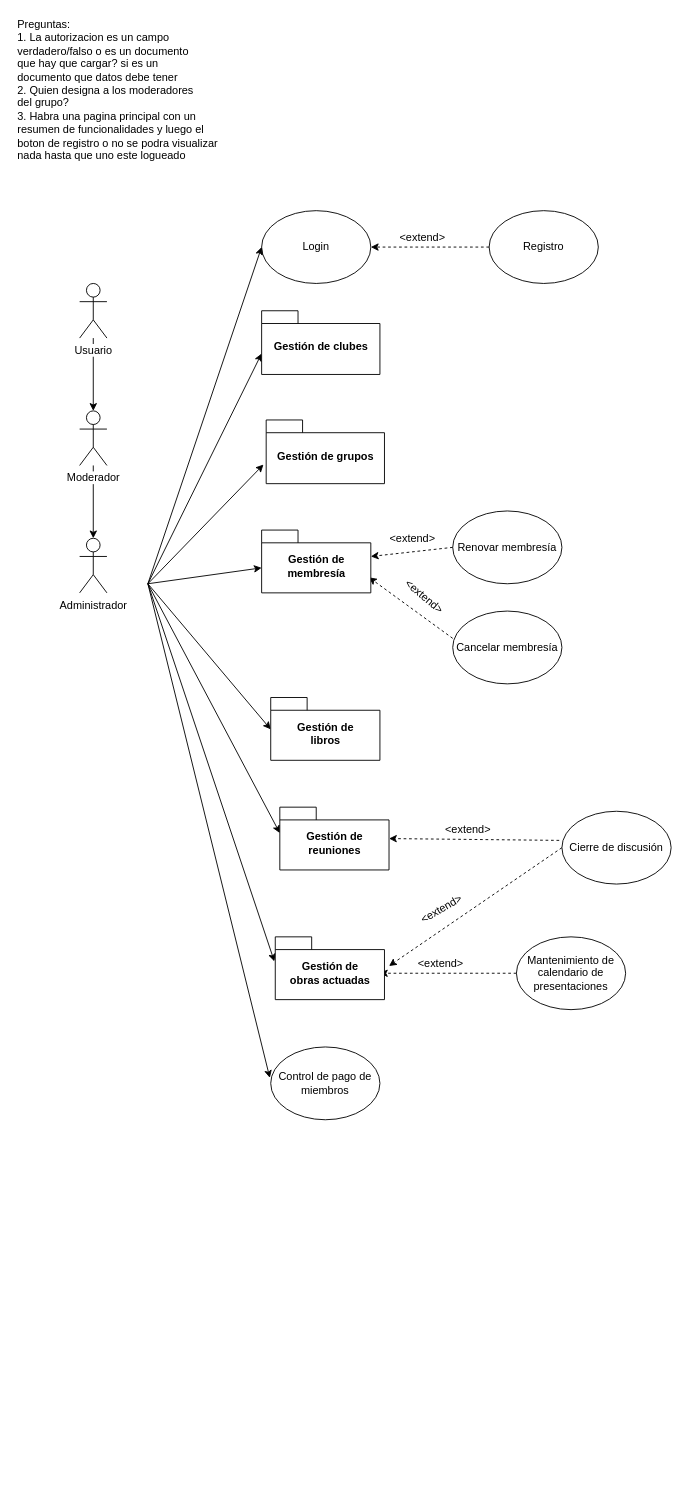
Earlier version of the draw.io diagram DB I/RC UC.drawio (NeutronBlast/IS-Ex). Source tidied: cells renumbered, new cells numbered last; positions are measured from the earlier drawing's top-left corner, leaving out a move shared by most shapes. Both pictures are drawn from the tidied source at 91%, with x=0, y=0 at pixel (15, 15).
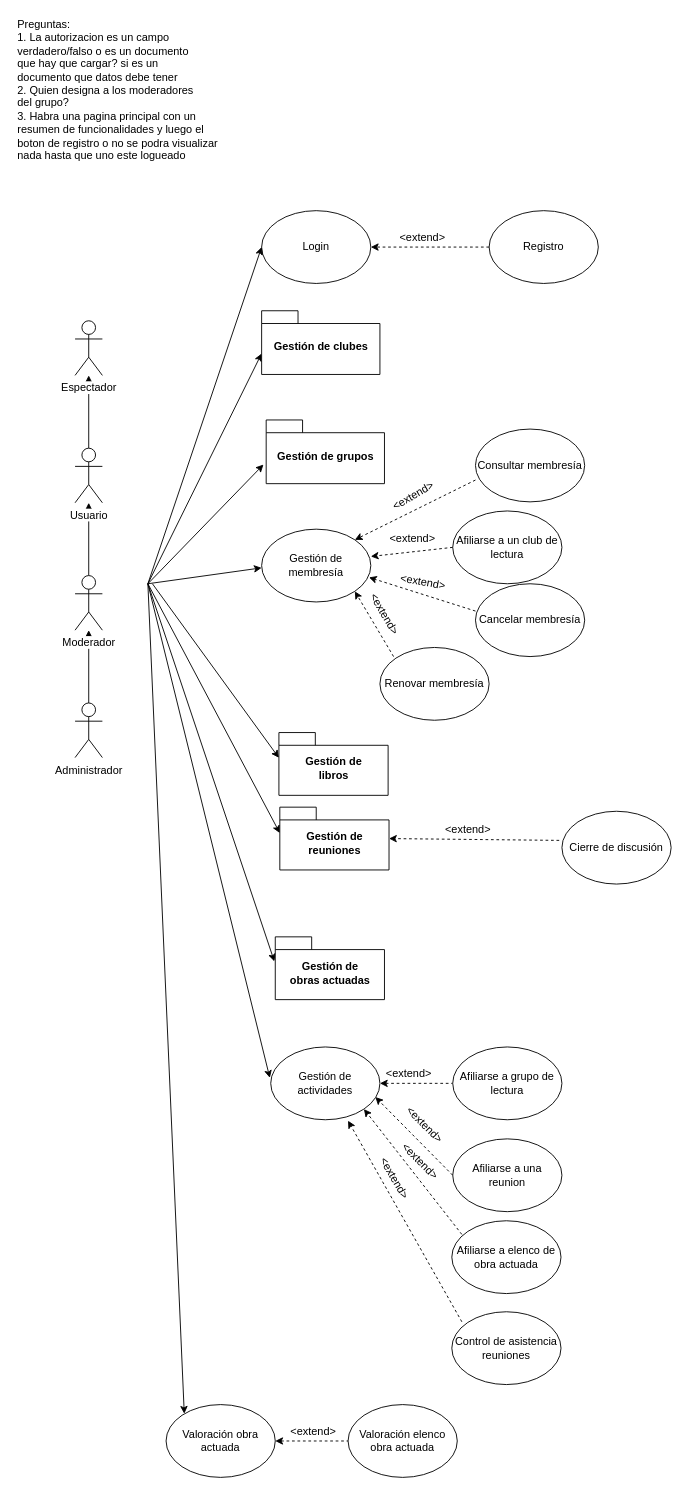
After the change.

The change refers to these unchanged cells:
```xml
<mxCell id="10" value="Cierre de discusión" style="ellipse;whiteSpace=wrap;html=1;" parent="1" vertex="1">
  <mxGeometry x="600" y="874" width="120" height="80" as="geometry" />
</mxCell>
```

What changed in the source:
```diff
@@
-    <mxCell id="2" style="edgeStyle=orthogonalEdgeStyle;rounded=0;jettySize=auto;html=1;" parent="1" edge="1" source="3" target="5">
+    <mxCell id="2" style="edgeStyle=orthogonalEdgeStyle;rounded=0;jettySize=auto;html=1;endArrow=none;endFill=0;startArrow=classic;startFill=1;" parent="1" edge="1" source="3" target="5">
       <mxGeometry relative="1" as="geometry" />
     </mxCell>
+    <mxCell id="41" style="edgeStyle=orthogonalEdgeStyle;rounded=0;jettySize=auto;html=1;" parent="1" edge="1" source="3" target="42">
+      <mxGeometry relative="1" as="geometry" />
+    </mxCell>
     <mxCell id="3" value="Usuario" style="shape=umlActor;verticalLabelPosition=bottom;labelBackgroundColor=#ffffff;verticalAlign=top;html=1;outlineConnect=0;" parent="1" vertex="1">
-      <mxGeometry x="70" y="294" width="30" height="60" as="geometry" />
+      <mxGeometry x="65" y="475" width="30" height="60" as="geometry" />
     </mxCell>
+    <mxCell id="42" value="Espectador" style="shape=umlActor;verticalLabelPosition=bottom;labelBackgroundColor=#ffffff;verticalAlign=top;html=1;outlineConnect=0;" parent="1" vertex="1">
+      <mxGeometry x="65" y="335" width="30" height="60" as="geometry" />
+    </mxCell>
-    <mxCell id="4" style="edgeStyle=orthogonalEdgeStyle;rounded=0;jettySize=auto;html=1;" parent="1" edge="1" source="5" target="6">
+    <mxCell id="4" style="edgeStyle=orthogonalEdgeStyle;rounded=0;jettySize=auto;html=1;endArrow=none;endFill=0;startArrow=classic;startFill=1;" parent="1" edge="1" source="5" target="6">
       <mxGeometry relative="1" as="geometry" />
     </mxCell>
     <mxCell id="5" value="Moderador" style="shape=umlActor;verticalLabelPosition=bottom;labelBackgroundColor=#ffffff;verticalAlign=top;html=1;outlineConnect=0;" parent="1" vertex="1">
-      <mxGeometry x="70" y="434" width="30" height="60" as="geometry" />
+      <mxGeometry x="65" y="615" width="30" height="60" as="geometry" />
     </mxCell>
     <mxCell id="6" value="Administrador" style="shape=umlActor;verticalLabelPosition=bottom;labelBackgroundColor=#ffffff;verticalAlign=top;html=1;outlineConnect=0;" parent="1" vertex="1">
-      <mxGeometry x="70" y="574" width="30" height="60" as="geometry" />
+      <mxGeometry x="65" y="755" width="30" height="60" as="geometry" />
     </mxCell>
@@
-    <mxCell id="8" value="Renovar membresía" style="ellipse;whiteSpace=wrap;html=1;" parent="1" vertex="1">
+    <mxCell id="8" value="Afiliarse a un club de lectura" style="ellipse;whiteSpace=wrap;html=1;" parent="1" vertex="1">
       <mxGeometry x="480" y="544" width="120" height="80" as="geometry" />
     </mxCell>
     <mxCell id="9" value="Cancelar membresía" style="ellipse;whiteSpace=wrap;html=1;" parent="1" vertex="1">
-      <mxGeometry x="480" y="654" width="120" height="80" as="geometry" />
+      <mxGeometry x="505" y="624" width="120" height="80" as="geometry" />
     </mxCell>
@@
+    <mxCell id="43" style="edgeStyle=orthogonalEdgeStyle;rounded=0;jettySize=auto;html=1;startArrow=classic;startFill=1;endArrow=none;endFill=0;dashed=1;" parent="1" edge="1" source="11" target="44">
+      <mxGeometry relative="1" as="geometry" />
+    </mxCell>
-    <mxCell id="11" value="Control de pago de miembros" style="ellipse;whiteSpace=wrap;html=1;" parent="1" vertex="1">
+    <mxCell id="11" value="Gestión de actividades" style="ellipse;whiteSpace=wrap;html=1;" parent="1" vertex="1">
       <mxGeometry x="280" y="1133" width="120" height="80" as="geometry" />
     </mxCell>
-    <mxCell id="12" value="Mantenimiento de calendario de presentaciones" style="ellipse;whiteSpace=wrap;html=1;" parent="1" vertex="1">
-      <mxGeometry x="550" y="1012" width="120" height="80" as="geometry" />
-    </mxCell>
+    <mxCell id="44" value="Afiliarse a grupo de lectura" style="ellipse;whiteSpace=wrap;html=1;" parent="1" vertex="1">
+      <mxGeometry x="480" y="1133" width="120" height="80" as="geometry" />
+    </mxCell>
@@
-    <mxCell id="17" style="endArrow=classic;html=1;entryX=0;entryY=0.5;entryDx=0;entryDy=0;" parent="1" edge="1">
+    <mxCell id="17" style="endArrow=classic;html=1;entryX=0;entryY=0;entryDx=0;entryDy=27.75;entryPerimeter=0;" parent="1" edge="1" target="35">
       <mxGeometry relative="1" as="geometry">
-        <mxPoint x="145" y="624" as="sourcePoint" />
-        <mxPoint x="280" y="784" as="targetPoint" />
+        <mxPoint x="150" y="624" as="sourcePoint" />
       </mxGeometry>
     </mxCell>
@@
-    <mxCell id="25" style="endArrow=classic;html=1;exitX=0;exitY=0.5;exitDx=0;exitDy=0;dashed=1;entryX=1;entryY=0.5;entryDx=0;entryDy=0;" parent="1" edge="1" source="12">
-      <mxGeometry relative="1" as="geometry">
-        <mxPoint x="400" y="1052" as="targetPoint" />
-      </mxGeometry>
-    </mxCell>
@@
-    <mxCell id="28" value="&amp;lt;extend&amp;gt;" style="text;html=1;align=left;verticalAlign=top;spacingTop=-4;rotation=40;" parent="1" vertex="1">
-      <mxGeometry x="420" y="634" width="70" height="20" as="geometry" />
+    <mxCell id="28" value="&amp;lt;extend&amp;gt;" style="text;html=1;align=left;verticalAlign=top;spacingTop=-4;rotation=10;" parent="1" vertex="1">
+      <mxGeometry x="420" y="614" width="70" height="20" as="geometry" />
     </mxCell>
@@
-    <mxCell id="30" value="&amp;lt;extend&amp;gt;" style="text;html=1;align=left;verticalAlign=top;spacingTop=-4;" parent="1" vertex="1">
-      <mxGeometry x="440" y="1032" width="70" height="20" as="geometry" />
-    </mxCell>
@@
-    <mxCell id="34" value="Gestión de &lt;br&gt;membresía" style="shape=folder;fontStyle=1;spacingTop=10;tabWidth=40;tabHeight=14;tabPosition=left;html=1;" parent="1" vertex="1">
-      <mxGeometry x="270" y="565" width="120" height="69" as="geometry" />
-    </mxCell>
     <mxCell id="35" value="Gestión de &lt;br&gt;libros" style="shape=folder;fontStyle=1;spacingTop=10;tabWidth=40;tabHeight=14;tabPosition=left;html=1;" parent="1" vertex="1">
-      <mxGeometry x="280" y="749" width="120" height="69" as="geometry" />
+      <mxGeometry x="289" y="787.5" width="120" height="69" as="geometry" />
     </mxCell>
@@
-    <mxCell id="38" style="endArrow=classic;html=1;exitX=0;exitY=0.5;exitDx=0;exitDy=0;dashed=1;" parent="1" edge="1" source="10">
-      <mxGeometry relative="1" as="geometry">
-        <mxPoint x="410" y="1044" as="targetPoint" />
-      </mxGeometry>
-    </mxCell>
+    <mxCell id="40" style="endArrow=classic;html=1;entryX=0;entryY=0;entryDx=0;entryDy=41.5;entryPerimeter=0;" parent="1" edge="1">
+      <mxGeometry relative="1" as="geometry">
+        <mxPoint x="145" y="624" as="sourcePoint" />
+        <mxPoint x="270" y="606.5" as="targetPoint" />
+      </mxGeometry>
+    </mxCell>
+    <mxCell id="34" value="Gestión de membresía" style="ellipse;whiteSpace=wrap;html=1;" parent="1" vertex="1">
+      <mxGeometry x="270" y="564" width="120" height="80" as="geometry" />
+    </mxCell>
+    <mxCell id="45" style="endArrow=classic;html=1;entryX=1;entryY=1;entryDx=0;entryDy=0;dashed=1;" parent="1" edge="1" target="34">
+      <mxGeometry relative="1" as="geometry">
+        <mxPoint x="415" y="704" as="sourcePoint" />
+      </mxGeometry>
+    </mxCell>
+    <mxCell id="46" value="Renovar membresía" style="ellipse;whiteSpace=wrap;html=1;" parent="1" vertex="1">
+      <mxGeometry x="400" y="694" width="120" height="80" as="geometry" />
+    </mxCell>
+    <mxCell id="47" value="Consultar membresía" style="ellipse;whiteSpace=wrap;html=1;" parent="1" vertex="1">
+      <mxGeometry x="505" y="454" width="120" height="80" as="geometry" />
+    </mxCell>
+    <mxCell id="48" style="endArrow=classic;html=1;exitX=0;exitY=0.7;exitDx=0;exitDy=0;entryX=1;entryY=0;entryDx=0;entryDy=0;dashed=1;exitPerimeter=0;" parent="1" edge="1" source="47" target="34">
+      <mxGeometry relative="1" as="geometry" />
+    </mxCell>
     <mxCell id="39" value="&amp;lt;extend&amp;gt;" style="text;html=1;align=left;verticalAlign=top;spacingTop=-4;rotation=-30;" parent="1" vertex="1">
-      <mxGeometry x="440" y="968" width="70" height="20" as="geometry" />
+      <mxGeometry x="409" y="514" width="70" height="20" as="geometry" />
     </mxCell>
-    <mxCell id="40" style="endArrow=classic;html=1;entryX=0;entryY=0;entryDx=0;entryDy=41.5;entryPerimeter=0;" parent="1" edge="1" target="34">
-      <mxGeometry relative="1" as="geometry">
-        <mxPoint x="145" y="624" as="sourcePoint" />
-      </mxGeometry>
-    </mxCell>
+    <mxCell id="49" value="&amp;lt;extend&amp;gt;" style="text;html=1;align=left;verticalAlign=top;spacingTop=-4;rotation=60;" parent="1" vertex="1">
+      <mxGeometry x="374" y="654" width="70" height="20" as="geometry" />
+    </mxCell>
+    <mxCell id="50" value="Afiliarse a una reunion" style="ellipse;whiteSpace=wrap;html=1;" parent="1" vertex="1">
+      <mxGeometry x="480" y="1234" width="120" height="80" as="geometry" />
+    </mxCell>
+    <mxCell id="51" value="Afiliarse a elenco de obra actuada" style="ellipse;whiteSpace=wrap;html=1;" parent="1" vertex="1">
+      <mxGeometry x="479" y="1324" width="120" height="80" as="geometry" />
+    </mxCell>
+    <mxCell id="52" value="Control de asistencia reuniones" style="ellipse;whiteSpace=wrap;html=1;" parent="1" vertex="1">
+      <mxGeometry x="479" y="1424" width="120" height="80" as="geometry" />
+    </mxCell>
+    <mxCell id="53" style="endArrow=classic;html=1;exitX=0;exitY=0.5;exitDx=0;exitDy=0;dashed=1;entryX=0.958;entryY=0.688;entryDx=0;entryDy=0;entryPerimeter=0;" parent="1" edge="1" source="50" target="11">
+      <mxGeometry relative="1" as="geometry" />
+    </mxCell>
+    <mxCell id="54" style="endArrow=classic;html=1;exitX=0.092;exitY=0.188;exitDx=0;exitDy=0;dashed=1;entryX=1;entryY=1;entryDx=0;entryDy=0;exitPerimeter=0;" parent="1" edge="1" source="51" target="11">
+      <mxGeometry relative="1" as="geometry" />
+    </mxCell>
+    <mxCell id="55" style="endArrow=classic;html=1;exitX=0.092;exitY=0.138;exitDx=0;exitDy=0;dashed=1;entryX=0.708;entryY=1.013;entryDx=0;entryDy=0;exitPerimeter=0;entryPerimeter=0;" parent="1" edge="1" source="52" target="11">
+      <mxGeometry relative="1" as="geometry" />
+    </mxCell>
+    <mxCell id="56" style="endArrow=classic;html=1;" parent="1" edge="1">
+      <mxGeometry relative="1" as="geometry">
+        <mxPoint x="145" y="624" as="sourcePoint" />
+        <mxPoint x="185" y="1536" as="targetPoint" />
+      </mxGeometry>
+    </mxCell>
+    <mxCell id="57" style="edgeStyle=orthogonalEdgeStyle;rounded=0;jettySize=auto;html=1;dashed=1;startArrow=classic;startFill=1;endArrow=none;endFill=0;" parent="1" edge="1" source="58" target="59">
+      <mxGeometry relative="1" as="geometry" />
+    </mxCell>
+    <mxCell id="58" value="Valoración obra actuada" style="ellipse;whiteSpace=wrap;html=1;" parent="1" vertex="1">
+      <mxGeometry x="165" y="1526" width="120" height="80" as="geometry" />
+    </mxCell>
+    <mxCell id="59" value="Valoración elenco obra actuada" style="ellipse;whiteSpace=wrap;html=1;" parent="1" vertex="1">
+      <mxGeometry x="365" y="1526" width="120" height="80" as="geometry" />
+    </mxCell>
+    <mxCell id="60" value="&amp;lt;extend&amp;gt;" style="text;html=1;align=left;verticalAlign=top;spacingTop=-4;" parent="1" vertex="1">
+      <mxGeometry x="405" y="1153" width="70" height="20" as="geometry" />
+    </mxCell>
+    <mxCell id="61" value="&amp;lt;extend&amp;gt;" style="text;html=1;align=left;verticalAlign=top;spacingTop=-4;rotation=45;" parent="1" vertex="1">
+      <mxGeometry x="420" y="1214" width="70" height="20" as="geometry" />
+    </mxCell>
+    <mxCell id="62" value="&amp;lt;extend&amp;gt;" style="text;html=1;align=left;verticalAlign=top;spacingTop=-4;rotation=45;" parent="1" vertex="1">
+      <mxGeometry x="415" y="1254" width="70" height="20" as="geometry" />
+    </mxCell>
+    <mxCell id="63" value="&amp;lt;extend&amp;gt;" style="text;html=1;align=left;verticalAlign=top;spacingTop=-4;rotation=60;" parent="1" vertex="1">
+      <mxGeometry x="385" y="1274" width="70" height="20" as="geometry" />
+    </mxCell>
+    <mxCell id="64" value="&amp;lt;extend&amp;gt;" style="text;html=1;align=left;verticalAlign=top;spacingTop=-4;" parent="1" vertex="1">
+      <mxGeometry x="300" y="1546" width="70" height="20" as="geometry" />
+    </mxCell>
```
